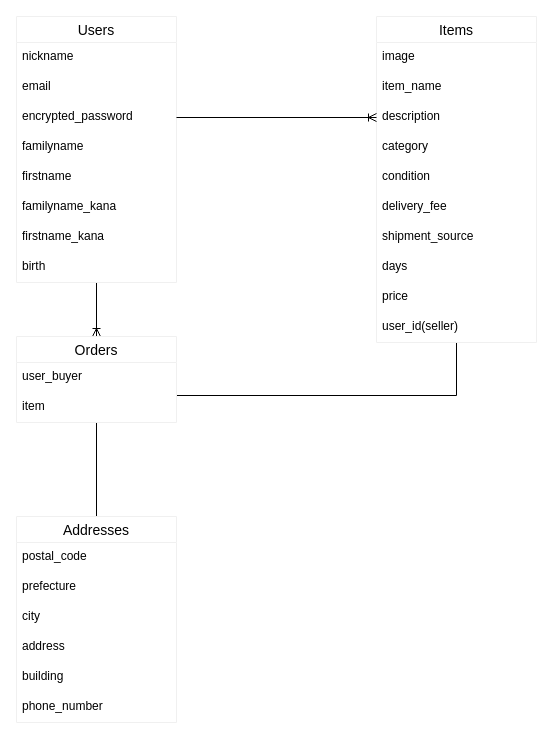
Above: ER.dio in yukyamam/furima-36877 (draw.io), before the change. Source tidied: cells renumbered, new cells numbered last; positions are measured from the earlier drawing's top-left corner, leaving out a move shared by most shapes. Both pictures are drawn from the tidied source at 100%, with x=0, y=0 at pixel (16, 16).
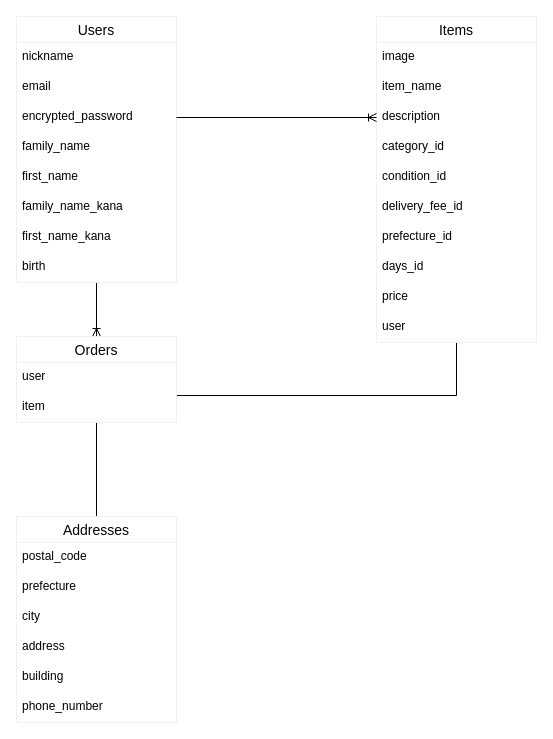
The same page after the edit.

Unchanged cells that the change refers to:
```xml
<mxCell id="3" value="Users" style="swimlane;fontStyle=0;horizontal=1;startSize=26;align=center;fontSize=14;shadow=0;strokeColor=#f0f0f0;" parent="1" vertex="1">
  <mxGeometry width="160" height="266" as="geometry" />
</mxCell>
<mxCell id="13" value="Items" style="swimlane;fontStyle=0;horizontal=1;startSize=26;align=center;fontSize=14;shadow=0;strokeColor=#f0f0f0;" parent="1" vertex="1">
  <mxGeometry x="360" width="160" height="326" as="geometry" />
</mxCell>
<mxCell id="25" value="Orders" style="swimlane;fontStyle=0;horizontal=1;startSize=26;align=center;fontSize=14;shadow=0;strokeColor=#f0f0f0;" parent="1" vertex="1">
  <mxGeometry y="320" width="160" height="86" as="geometry" />
</mxCell>
```

The edit, as a diff of the source:
```diff
@@
-    <mxCell id="7" value="familyname" style="text;strokeColor=none;fillColor=none;spacingLeft=4;spacingRight=4;overflow=hidden;fontSize=12;" parent="3" vertex="1">
+    <mxCell id="7" value="family_name" style="text;strokeColor=none;fillColor=none;spacingLeft=4;spacingRight=4;overflow=hidden;fontSize=12;" parent="3" vertex="1">
       <mxGeometry y="116" width="160" height="30" as="geometry" />
     </mxCell>
-    <mxCell id="8" value="firstname" style="text;strokeColor=none;fillColor=none;spacingLeft=4;spacingRight=4;overflow=hidden;fontSize=12;" parent="3" vertex="1">
+    <mxCell id="8" value="first_name" style="text;strokeColor=none;fillColor=none;spacingLeft=4;spacingRight=4;overflow=hidden;fontSize=12;" parent="3" vertex="1">
       <mxGeometry y="146" width="160" height="30" as="geometry" />
     </mxCell>
-    <mxCell id="9" value="familyname_kana" style="text;strokeColor=none;fillColor=none;spacingLeft=4;spacingRight=4;overflow=hidden;fontSize=12;" parent="3" vertex="1">
+    <mxCell id="9" value="family_name_kana" style="text;strokeColor=none;fillColor=none;spacingLeft=4;spacingRight=4;overflow=hidden;fontSize=12;" parent="3" vertex="1">
       <mxGeometry y="176" width="160" height="30" as="geometry" />
     </mxCell>
-    <mxCell id="10" value="firstname_kana" style="text;strokeColor=none;fillColor=none;spacingLeft=4;spacingRight=4;overflow=hidden;fontSize=12;" parent="3" vertex="1">
+    <mxCell id="10" value="first_name_kana" style="text;strokeColor=none;fillColor=none;spacingLeft=4;spacingRight=4;overflow=hidden;fontSize=12;" parent="3" vertex="1">
       <mxGeometry y="206" width="160" height="30" as="geometry" />
     </mxCell>
@@
-    <mxCell id="17" value="category" style="text;strokeColor=none;fillColor=none;spacingLeft=4;spacingRight=4;overflow=hidden;fontSize=12;" parent="13" vertex="1">
+    <mxCell id="17" value="category_id" style="text;strokeColor=none;fillColor=none;spacingLeft=4;spacingRight=4;overflow=hidden;fontSize=12;" parent="13" vertex="1">
       <mxGeometry y="116" width="160" height="30" as="geometry" />
     </mxCell>
-    <mxCell id="18" value="condition" style="text;strokeColor=none;fillColor=none;spacingLeft=4;spacingRight=4;overflow=hidden;fontSize=12;" parent="13" vertex="1">
+    <mxCell id="18" value="condition_id" style="text;strokeColor=none;fillColor=none;spacingLeft=4;spacingRight=4;overflow=hidden;fontSize=12;" parent="13" vertex="1">
       <mxGeometry y="146" width="160" height="30" as="geometry" />
     </mxCell>
-    <mxCell id="19" value="delivery_fee" style="text;strokeColor=none;fillColor=none;spacingLeft=4;spacingRight=4;overflow=hidden;fontSize=12;" parent="13" vertex="1">
+    <mxCell id="19" value="delivery_fee_id" style="text;strokeColor=none;fillColor=none;spacingLeft=4;spacingRight=4;overflow=hidden;fontSize=12;" parent="13" vertex="1">
       <mxGeometry y="176" width="160" height="30" as="geometry" />
     </mxCell>
-    <mxCell id="20" value="shipment_source" style="text;strokeColor=none;fillColor=none;spacingLeft=4;spacingRight=4;overflow=hidden;fontSize=12;" parent="13" vertex="1">
+    <mxCell id="20" value="prefecture_id" style="text;strokeColor=none;fillColor=none;spacingLeft=4;spacingRight=4;overflow=hidden;fontSize=12;" parent="13" vertex="1">
       <mxGeometry y="206" width="160" height="30" as="geometry" />
     </mxCell>
-    <mxCell id="21" value="days" style="text;strokeColor=none;fillColor=none;spacingLeft=4;spacingRight=4;overflow=hidden;fontSize=12;" parent="13" vertex="1">
+    <mxCell id="21" value="days_id" style="text;strokeColor=none;fillColor=none;spacingLeft=4;spacingRight=4;overflow=hidden;fontSize=12;" parent="13" vertex="1">
       <mxGeometry y="236" width="160" height="30" as="geometry" />
     </mxCell>
@@
-    <mxCell id="23" value="user_id(seller)" style="text;strokeColor=none;fillColor=none;spacingLeft=4;spacingRight=4;overflow=hidden;fontSize=12;" parent="13" vertex="1">
+    <mxCell id="23" value="user" style="text;strokeColor=none;fillColor=none;spacingLeft=4;spacingRight=4;overflow=hidden;fontSize=12;" parent="13" vertex="1">
       <mxGeometry y="296" width="160" height="30" as="geometry" />
     </mxCell>
@@
-    <mxCell id="26" value="user_buyer" style="text;strokeColor=none;fillColor=none;spacingLeft=4;spacingRight=4;overflow=hidden;fontSize=12;" parent="25" vertex="1">
+    <mxCell id="26" value="user" style="text;strokeColor=none;fillColor=none;spacingLeft=4;spacingRight=4;overflow=hidden;fontSize=12;" parent="25" vertex="1">
       <mxGeometry y="26" width="160" height="30" as="geometry" />
     </mxCell>
```
